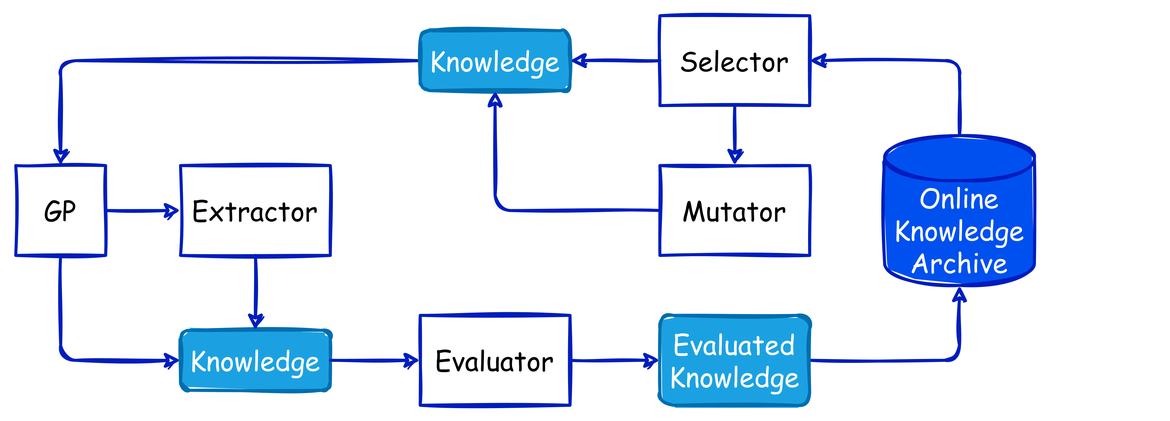
Earlier version of the draw.io export img-readme/detailed-gp-onka.png (Y1fanHE/kdps-arm). Source tidied: cells renumbered, new cells last; positions are measured from the earlier drawing's top-left corner, leaving out a move shared by most shapes.
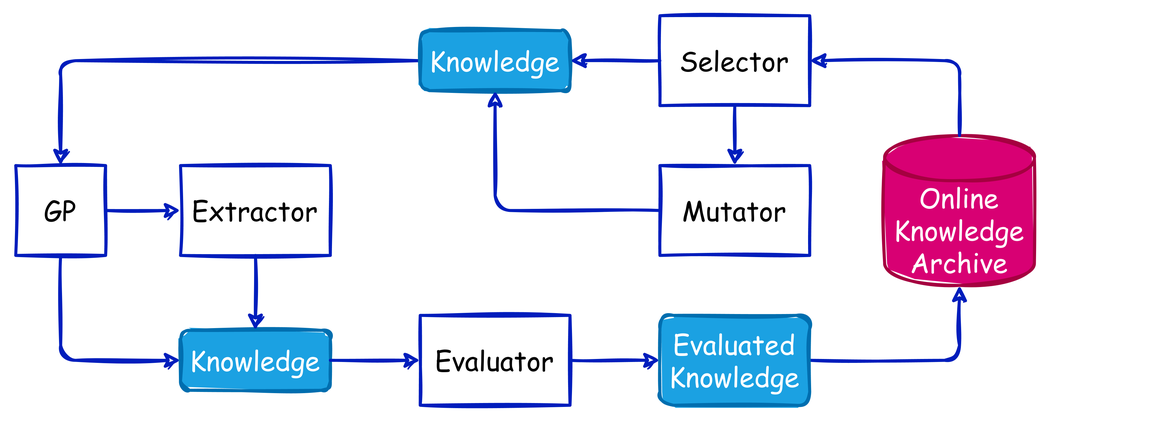
Later version of the same file.

Change to the diagram source:
```diff
@@ -11,7 +11,7 @@
     <mxCell id="4" value="GP" style="rounded=0;whiteSpace=wrap;html=1;fontFamily=Comic Sans MS;fontSize=18;sketch=1;strokeWidth=2;fillColor=none;fontColor=default;strokeColor=#001DBC;" parent="2" vertex="1">
       <mxGeometry x="10" y="110" width="60" height="60" as="geometry" />
     </mxCell>
-    <mxCell id="5" value="&lt;div style=&quot;font-size: 18px&quot;&gt;Online&lt;/div&gt;&lt;div style=&quot;font-size: 18px&quot;&gt;Knowledge&lt;/div&gt;&lt;div style=&quot;font-size: 18px&quot;&gt;Archive&lt;/div&gt;" style="shape=cylinder3;whiteSpace=wrap;html=1;boundedLbl=1;backgroundOutline=1;size=15;fontFamily=Comic Sans MS;fontSize=18;sketch=1;strokeWidth=2;fillColor=#0050ef;fontColor=#ffffff;strokeColor=#001DBC;fillStyle=solid;" parent="2" vertex="1">
+    <mxCell id="5" value="&lt;div style=&quot;font-size: 18px&quot;&gt;Online&lt;/div&gt;&lt;div style=&quot;font-size: 18px&quot;&gt;Knowledge&lt;/div&gt;&lt;div style=&quot;font-size: 18px&quot;&gt;Archive&lt;/div&gt;" style="shape=cylinder3;whiteSpace=wrap;html=1;boundedLbl=1;backgroundOutline=1;size=15;fontFamily=Comic Sans MS;fontSize=18;sketch=1;strokeWidth=2;fillColor=#d80073;fontColor=#ffffff;strokeColor=#A50040;fillStyle=solid;" parent="2" vertex="1">
       <mxGeometry x="590" y="90" width="100" height="100" as="geometry" />
     </mxCell>
     <mxCell id="6" style="edgeStyle=orthogonalEdgeStyle;rounded=1;sketch=1;jettySize=auto;html=1;fontFamily=Comic Sans MS;fontSize=18;strokeWidth=2;entryX=0.5;entryY=0;entryDx=0;entryDy=0;fillColor=#0050ef;strokeColor=#001DBC;exitX=0;exitY=0.5;exitDx=0;exitDy=0;" parent="2" edge="1" source="7" target="4">
```
